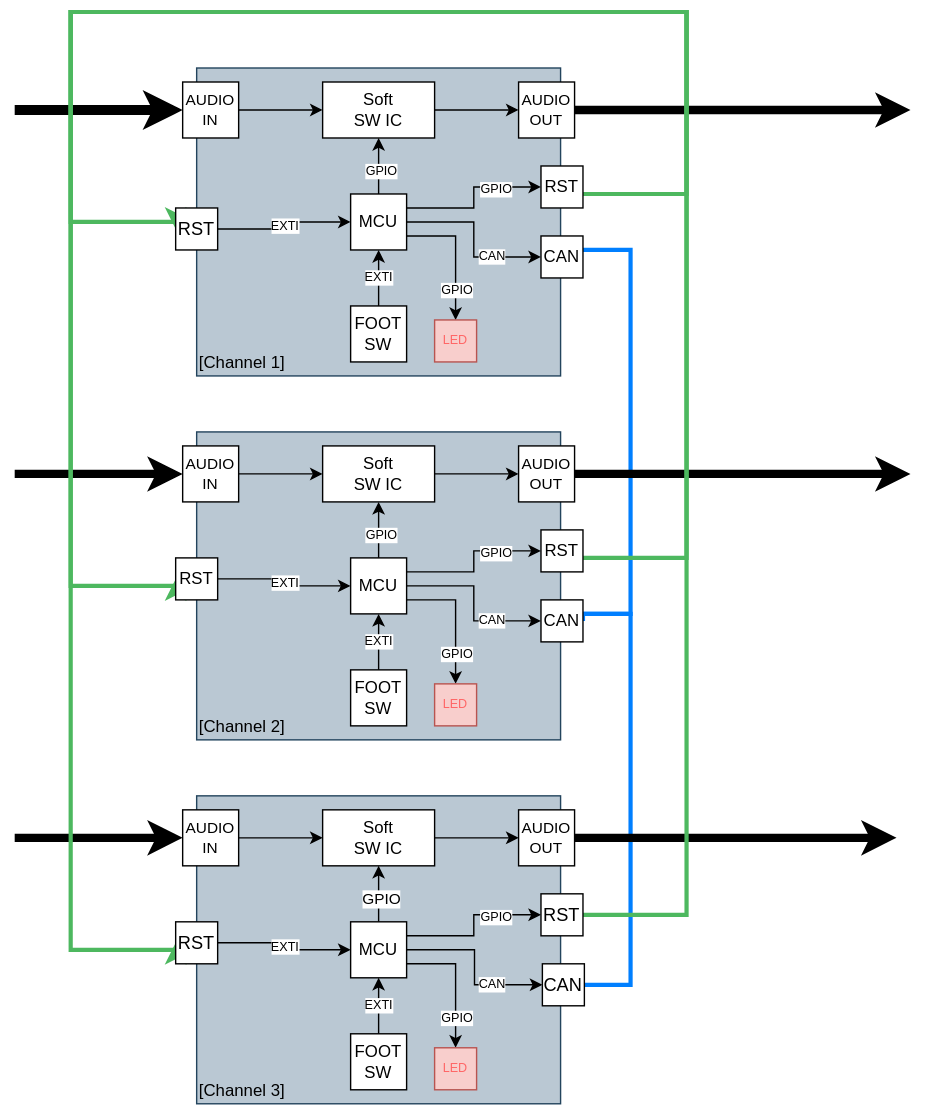
Before: design/Overview.drawio.svg, a diagram exported from draw.io (cracked-machine/4WayPedalMux). Source tidied: cells renumbered, new cells last; positions are measured from the earlier drawing's top-left corner, leaving out a move shared by most shapes.
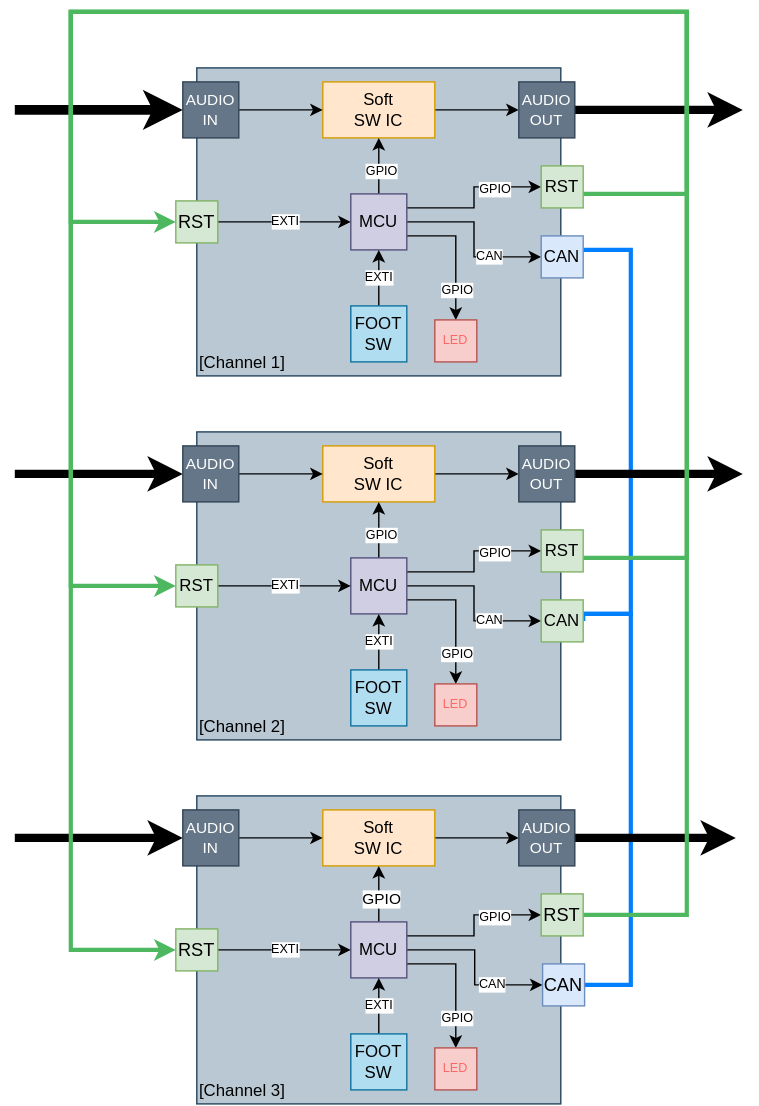
After the commit.

Change to the diagram source:
```diff
@@ -8,7 +8,7 @@
     <mxCell id="3" style="edgeStyle=orthogonalEdgeStyle;rounded=0;jettySize=auto;html=1;" parent="1" edge="1" source="4" target="20">
       <mxGeometry relative="1" as="geometry" />
     </mxCell>
-    <mxCell id="4" value="&lt;div&gt;Soft&lt;/div&gt;&lt;div&gt;SW IC&lt;br&gt;&lt;/div&gt;" style="rounded=0;whiteSpace=wrap;html=1;" parent="1" vertex="1">
+    <mxCell id="4" value="&lt;div&gt;Soft&lt;/div&gt;&lt;div&gt;SW IC&lt;br&gt;&lt;/div&gt;" style="rounded=0;whiteSpace=wrap;html=1;fillColor=#ffe6cc;strokeColor=#d79b00;" parent="1" vertex="1">
       <mxGeometry x="220" y="50" width="80" height="40" as="geometry" />
     </mxCell>
     <mxCell id="5" style="edgeStyle=orthogonalEdgeStyle;rounded=0;jettySize=auto;html=1;" parent="1" edge="1" source="13" target="4">
@@ -37,13 +37,13 @@
     <mxCell id="12" value="CAN" style="edgeLabel;html=1;align=center;verticalAlign=middle;fontSize=9;" parent="11" vertex="1">
       <mxGeometry x="0.39" y="1" relative="1" as="geometry" />
     </mxCell>
-    <mxCell id="13" value="MCU" style="whiteSpace=wrap;html=1;" parent="1" vertex="1">
+    <mxCell id="13" value="MCU" style="whiteSpace=wrap;html=1;fillColor=#d0cee2;strokeColor=#56517e;" parent="1" vertex="1">
       <mxGeometry x="240" y="130" width="40" height="40" as="geometry" />
     </mxCell>
     <mxCell id="14" value="EXTI" style="edgeStyle=orthogonalEdgeStyle;rounded=0;jettySize=auto;html=1;fontSize=9;" parent="1" edge="1" source="15" target="13">
       <mxGeometry relative="1" as="geometry" />
     </mxCell>
-    <mxCell id="15" value="&lt;div&gt;FOOT&lt;/div&gt;&lt;div&gt;SW&lt;br&gt;&lt;/div&gt;" style="rounded=0;whiteSpace=wrap;html=1;" parent="1" vertex="1">
+    <mxCell id="15" value="&lt;div&gt;FOOT&lt;/div&gt;&lt;div&gt;SW&lt;br&gt;&lt;/div&gt;" style="rounded=0;whiteSpace=wrap;html=1;fillColor=#b1ddf0;strokeColor=#10739e;" parent="1" vertex="1">
       <mxGeometry x="240" y="210" width="40" height="40" as="geometry" />
     </mxCell>
     <mxCell id="16" style="edgeStyle=orthogonalEdgeStyle;rounded=0;jettySize=auto;html=1;entryX=0;entryY=0.5;entryDx=0;entryDy=0;" parent="1" edge="1" source="18" target="4">
@@ -54,21 +54,21 @@
         <mxPoint y="70" as="targetPoint" />
       </mxGeometry>
     </mxCell>
-    <mxCell id="18" value="&lt;div style=&quot;font-size: 11px;&quot;&gt;AUDIO&lt;/div&gt;&lt;div style=&quot;font-size: 11px;&quot;&gt;IN&lt;br style=&quot;font-size: 11px;&quot;&gt;&lt;/div&gt;" style="rounded=0;whiteSpace=wrap;html=1;fontSize=11;" parent="1" vertex="1">
+    <mxCell id="18" value="&lt;div style=&quot;font-size: 11px;&quot;&gt;AUDIO&lt;/div&gt;&lt;div style=&quot;font-size: 11px;&quot;&gt;IN&lt;br style=&quot;font-size: 11px;&quot;&gt;&lt;/div&gt;" style="rounded=0;whiteSpace=wrap;html=1;fontSize=11;fillColor=#647687;fontColor=#ffffff;strokeColor=#314354;" parent="1" vertex="1">
       <mxGeometry x="120" y="50" width="40" height="40" as="geometry" />
     </mxCell>
     <mxCell id="19" style="edgeStyle=orthogonalEdgeStyle;rounded=0;jettySize=auto;html=1;strokeWidth=6;" parent="1" edge="1" source="20">
       <mxGeometry relative="1" as="geometry">
-        <mxPoint x="640" y="70" as="targetPoint" />
+        <mxPoint x="520" y="70" as="targetPoint" />
       </mxGeometry>
     </mxCell>
-    <mxCell id="20" value="&lt;div style=&quot;font-size: 11px;&quot;&gt;AUDIO&lt;/div&gt;&lt;div style=&quot;font-size: 11px;&quot;&gt;OUT&lt;br style=&quot;font-size: 11px;&quot;&gt;&lt;/div&gt;" style="rounded=0;whiteSpace=wrap;html=1;fontSize=11;" parent="1" vertex="1">
+    <mxCell id="20" value="&lt;div style=&quot;font-size: 11px;&quot;&gt;AUDIO&lt;/div&gt;&lt;div style=&quot;font-size: 11px;&quot;&gt;OUT&lt;br style=&quot;font-size: 11px;&quot;&gt;&lt;/div&gt;" style="rounded=0;whiteSpace=wrap;html=1;fontSize=11;fillColor=#647687;fontColor=#ffffff;strokeColor=#314354;" parent="1" vertex="1">
       <mxGeometry x="360" y="50" width="40" height="40" as="geometry" />
     </mxCell>
     <mxCell id="21" value="LED" style="whiteSpace=wrap;html=1;fontSize=9;fillColor=#f8cecc;strokeColor=#b85450;fontColor=#FF6666;" parent="1" vertex="1">
       <mxGeometry x="300" y="220" width="30" height="30" as="geometry" />
     </mxCell>
-    <mxCell id="22" style="edgeStyle=orthogonalEdgeStyle;rounded=0;jettySize=auto;html=1;entryX=0;entryY=0.5;entryDx=0;entryDy=0;fillColor=#f8cecc;strokeColor=#4DB85F;strokeWidth=3;" parent="1" edge="1" source="23" target="27">
+    <mxCell id="22" style="edgeStyle=orthogonalEdgeStyle;rounded=0;jettySize=auto;html=1;fillColor=#f8cecc;strokeColor=#4DB85F;strokeWidth=3;entryX=0;entryY=0.5;entryDx=0;entryDy=0;" parent="1" edge="1" source="23" target="27">
       <mxGeometry relative="1" as="geometry">
         <Array as="points">
           <mxPoint x="480" y="130" />
@@ -78,7 +78,7 @@
         </Array>
       </mxGeometry>
     </mxCell>
-    <mxCell id="23" value="&lt;font style=&quot;font-size: 12px;&quot;&gt;RST&lt;/font&gt;" style="rounded=0;whiteSpace=wrap;html=1;fontSize=12;" parent="1" vertex="1">
+    <mxCell id="23" value="&lt;font style=&quot;font-size: 12px;&quot;&gt;RST&lt;/font&gt;" style="rounded=0;whiteSpace=wrap;html=1;fontSize=12;fillColor=#d5e8d4;strokeColor=#82b366;" parent="1" vertex="1">
       <mxGeometry x="376" y="110" width="30" height="30" as="geometry" />
     </mxCell>
     <mxCell id="24" style="edgeStyle=orthogonalEdgeStyle;rounded=0;jettySize=auto;html=1;entryX=1;entryY=0.5;entryDx=0;entryDy=0;endArrow=none;endFill=0;strokeColor=#007FFF;strokeWidth=3;" parent="1" edge="1" source="25" target="51">
@@ -89,14 +89,14 @@
         </Array>
       </mxGeometry>
     </mxCell>
-    <mxCell id="25" value="CAN" style="rounded=0;whiteSpace=wrap;html=1;fontSize=12;" parent="1" vertex="1">
+    <mxCell id="25" value="CAN" style="rounded=0;whiteSpace=wrap;html=1;fontSize=12;fillColor=#dae8fc;strokeColor=#6c8ebf;" parent="1" vertex="1">
       <mxGeometry x="376" y="160" width="30" height="30" as="geometry" />
     </mxCell>
     <mxCell id="26" value="EXTI" style="edgeStyle=orthogonalEdgeStyle;rounded=0;jettySize=auto;html=1;entryX=0;entryY=0.5;entryDx=0;entryDy=0;fontSize=9;" parent="1" edge="1" source="27" target="13">
       <mxGeometry x="0.01" relative="1" as="geometry" />
     </mxCell>
-    <mxCell id="27" value="&lt;font style=&quot;font-size: 13px;&quot;&gt;RST&lt;/font&gt;" style="rounded=0;whiteSpace=wrap;html=1;fontSize=13;" parent="1" vertex="1">
-      <mxGeometry x="115" y="140" width="30" height="30" as="geometry" />
+    <mxCell id="27" value="&lt;font style=&quot;font-size: 13px;&quot;&gt;RST&lt;/font&gt;" style="rounded=0;whiteSpace=wrap;html=1;fontSize=13;fillColor=#d5e8d4;strokeColor=#82b366;" parent="1" vertex="1">
+      <mxGeometry x="115" y="135" width="30" height="30" as="geometry" />
     </mxCell>
     <mxCell id="28" value="&lt;div&gt;&lt;br&gt;&lt;/div&gt;&lt;div&gt;&lt;br&gt;&lt;/div&gt;&lt;div&gt;&lt;br&gt;&lt;/div&gt;&lt;div&gt;&lt;br&gt;&lt;/div&gt;&lt;div&gt;&lt;br&gt;&lt;/div&gt;&lt;div&gt;&lt;br&gt;&lt;/div&gt;&lt;div&gt;&lt;br&gt;&lt;/div&gt;&lt;div&gt;&lt;br&gt;&lt;/div&gt;&lt;div&gt;&lt;br&gt;&lt;/div&gt;&lt;div&gt;&lt;br&gt;&lt;/div&gt;&lt;div&gt;&lt;br&gt;&lt;/div&gt;&lt;div&gt;&lt;br&gt;&lt;/div&gt;&lt;div align=&quot;left&quot;&gt;&lt;br&gt;&lt;/div&gt;&lt;div align=&quot;left&quot;&gt;&lt;br&gt;&lt;/div&gt;&lt;div align=&quot;left&quot;&gt;[Channel 2]&lt;br&gt;&lt;/div&gt;" style="rounded=0;whiteSpace=wrap;html=1;align=left;fillColor=#bac8d3;strokeColor=#23445d;" parent="1" vertex="1">
       <mxGeometry x="130" y="300" width="260" height="220" as="geometry" />
@@ -104,7 +104,7 @@
     <mxCell id="29" style="edgeStyle=orthogonalEdgeStyle;rounded=0;jettySize=auto;html=1;" parent="1" edge="1" source="30" target="46">
       <mxGeometry relative="1" as="geometry" />
     </mxCell>
-    <mxCell id="30" value="&lt;div&gt;Soft&lt;/div&gt;&lt;div&gt;SW IC&lt;br&gt;&lt;/div&gt;" style="rounded=0;whiteSpace=wrap;html=1;" parent="1" vertex="1">
+    <mxCell id="30" value="&lt;div&gt;Soft&lt;/div&gt;&lt;div&gt;SW IC&lt;br&gt;&lt;/div&gt;" style="rounded=0;whiteSpace=wrap;html=1;fillColor=#ffe6cc;strokeColor=#d79b00;" parent="1" vertex="1">
       <mxGeometry x="220" y="310" width="80" height="40" as="geometry" />
     </mxCell>
     <mxCell id="31" style="edgeStyle=orthogonalEdgeStyle;rounded=0;jettySize=auto;html=1;" parent="1" edge="1" source="39" target="30">
@@ -133,13 +133,13 @@
     <mxCell id="38" value="CAN" style="edgeLabel;html=1;align=center;verticalAlign=middle;fontSize=9;" parent="37" vertex="1">
       <mxGeometry x="0.39" y="1" relative="1" as="geometry" />
     </mxCell>
-    <mxCell id="39" value="MCU" style="whiteSpace=wrap;html=1;" parent="1" vertex="1">
+    <mxCell id="39" value="MCU" style="whiteSpace=wrap;html=1;fillColor=#d0cee2;strokeColor=#56517e;" parent="1" vertex="1">
       <mxGeometry x="240" y="390" width="40" height="40" as="geometry" />
     </mxCell>
     <mxCell id="40" value="EXTI" style="edgeStyle=orthogonalEdgeStyle;rounded=0;jettySize=auto;html=1;fontSize=9;" parent="1" edge="1" source="41" target="39">
       <mxGeometry relative="1" as="geometry" />
     </mxCell>
-    <mxCell id="41" value="&lt;div&gt;FOOT&lt;/div&gt;&lt;div&gt;SW&lt;br&gt;&lt;/div&gt;" style="rounded=0;whiteSpace=wrap;html=1;" parent="1" vertex="1">
+    <mxCell id="41" value="&lt;div&gt;FOOT&lt;/div&gt;&lt;div&gt;SW&lt;br&gt;&lt;/div&gt;" style="rounded=0;whiteSpace=wrap;html=1;fillColor=#b1ddf0;strokeColor=#10739e;" parent="1" vertex="1">
       <mxGeometry x="240" y="470" width="40" height="40" as="geometry" />
     </mxCell>
     <mxCell id="42" style="edgeStyle=orthogonalEdgeStyle;rounded=0;jettySize=auto;html=1;entryX=0;entryY=0.5;entryDx=0;entryDy=0;" parent="1" edge="1" source="44" target="30">
@@ -150,15 +150,15 @@
         <mxPoint y="330" as="targetPoint" />
       </mxGeometry>
     </mxCell>
-    <mxCell id="44" value="&lt;div style=&quot;font-size: 11px;&quot;&gt;AUDIO&lt;/div&gt;&lt;div style=&quot;font-size: 11px;&quot;&gt;IN&lt;br style=&quot;font-size: 11px;&quot;&gt;&lt;/div&gt;" style="rounded=0;whiteSpace=wrap;html=1;fontSize=11;" parent="1" vertex="1">
+    <mxCell id="44" value="&lt;div style=&quot;font-size: 11px;&quot;&gt;AUDIO&lt;/div&gt;&lt;div style=&quot;font-size: 11px;&quot;&gt;IN&lt;br style=&quot;font-size: 11px;&quot;&gt;&lt;/div&gt;" style="rounded=0;whiteSpace=wrap;html=1;fontSize=11;fillColor=#647687;fontColor=#ffffff;strokeColor=#314354;" parent="1" vertex="1">
       <mxGeometry x="120" y="310" width="40" height="40" as="geometry" />
     </mxCell>
     <mxCell id="45" style="edgeStyle=orthogonalEdgeStyle;rounded=0;jettySize=auto;html=1;strokeWidth=6;" parent="1" edge="1" source="46">
       <mxGeometry relative="1" as="geometry">
-        <mxPoint x="640" y="330" as="targetPoint" />
+        <mxPoint x="520" y="330" as="targetPoint" />
       </mxGeometry>
     </mxCell>
-    <mxCell id="46" value="&lt;div style=&quot;font-size: 11px;&quot;&gt;AUDIO&lt;/div&gt;&lt;div style=&quot;font-size: 11px;&quot;&gt;OUT&lt;br style=&quot;font-size: 11px;&quot;&gt;&lt;/div&gt;" style="rounded=0;whiteSpace=wrap;html=1;fontSize=11;" parent="1" vertex="1">
+    <mxCell id="46" value="&lt;div style=&quot;font-size: 11px;&quot;&gt;AUDIO&lt;/div&gt;&lt;div style=&quot;font-size: 11px;&quot;&gt;OUT&lt;br style=&quot;font-size: 11px;&quot;&gt;&lt;/div&gt;" style="rounded=0;whiteSpace=wrap;html=1;fontSize=11;fillColor=#647687;fontColor=#ffffff;strokeColor=#314354;" parent="1" vertex="1">
       <mxGeometry x="360" y="310" width="40" height="40" as="geometry" />
     </mxCell>
     <mxCell id="47" value="LED" style="whiteSpace=wrap;html=1;fontSize=9;fillColor=#f8cecc;strokeColor=#b85450;fontColor=#FF6666;" parent="1" vertex="1">
@@ -174,7 +174,7 @@
         </Array>
       </mxGeometry>
     </mxCell>
-    <mxCell id="49" value="&lt;font style=&quot;font-size: 12px;&quot;&gt;RST&lt;/font&gt;" style="rounded=0;whiteSpace=wrap;html=1;fontSize=12;" parent="1" vertex="1">
+    <mxCell id="49" value="&lt;font style=&quot;font-size: 12px;&quot;&gt;RST&lt;/font&gt;" style="rounded=0;whiteSpace=wrap;html=1;fontSize=12;fillColor=#d5e8d4;strokeColor=#82b366;" parent="1" vertex="1">
       <mxGeometry x="376" y="370" width="30" height="30" as="geometry" />
     </mxCell>
     <mxCell id="50" style="edgeStyle=orthogonalEdgeStyle;rounded=0;jettySize=auto;html=1;entryX=1;entryY=0.5;entryDx=0;entryDy=0;endArrow=none;endFill=0;strokeColor=#007FFF;strokeWidth=3;" parent="1" edge="1" source="51" target="76">
@@ -185,14 +185,14 @@
         </Array>
       </mxGeometry>
     </mxCell>
-    <mxCell id="51" value="CAN" style="rounded=0;whiteSpace=wrap;html=1;fontSize=12;" parent="1" vertex="1">
+    <mxCell id="51" value="CAN" style="rounded=0;whiteSpace=wrap;html=1;fontSize=12;fillColor=#d5e8d4;strokeColor=#82b366;" parent="1" vertex="1">
       <mxGeometry x="376" y="420" width="30" height="30" as="geometry" />
     </mxCell>
     <mxCell id="52" value="EXTI" style="edgeStyle=orthogonalEdgeStyle;rounded=0;jettySize=auto;html=1;entryX=0;entryY=0.5;entryDx=0;entryDy=0;fontSize=9;" parent="1" edge="1" source="53" target="39">
       <mxGeometry x="0.01" relative="1" as="geometry" />
     </mxCell>
-    <mxCell id="53" value="&lt;font style=&quot;font-size: 12px;&quot;&gt;RST&lt;/font&gt;" style="rounded=0;whiteSpace=wrap;html=1;fontSize=12;" parent="1" vertex="1">
-      <mxGeometry x="115" y="390" width="30" height="30" as="geometry" />
+    <mxCell id="53" value="&lt;font style=&quot;font-size: 12px;&quot;&gt;RST&lt;/font&gt;" style="rounded=0;whiteSpace=wrap;html=1;fontSize=12;fillColor=#d5e8d4;strokeColor=#82b366;" parent="1" vertex="1">
+      <mxGeometry x="115" y="395" width="30" height="30" as="geometry" />
     </mxCell>
     <mxCell id="54" value="&lt;div&gt;&lt;br&gt;&lt;/div&gt;&lt;div&gt;&lt;br&gt;&lt;/div&gt;&lt;div&gt;&lt;br&gt;&lt;/div&gt;&lt;div&gt;&lt;br&gt;&lt;/div&gt;&lt;div&gt;&lt;br&gt;&lt;/div&gt;&lt;div&gt;&lt;br&gt;&lt;/div&gt;&lt;div&gt;&lt;br&gt;&lt;/div&gt;&lt;div&gt;&lt;br&gt;&lt;/div&gt;&lt;div&gt;&lt;br&gt;&lt;/div&gt;&lt;div&gt;&lt;br&gt;&lt;/div&gt;&lt;div&gt;&lt;br&gt;&lt;/div&gt;&lt;div&gt;&lt;br&gt;&lt;/div&gt;&lt;div align=&quot;left&quot;&gt;&lt;br&gt;&lt;/div&gt;&lt;div align=&quot;left&quot;&gt;&lt;br&gt;&lt;/div&gt;&lt;div align=&quot;left&quot;&gt;[Channel 3]&lt;br&gt;&lt;/div&gt;" style="rounded=0;whiteSpace=wrap;html=1;align=left;fillColor=#bac8d3;strokeColor=#23445d;" parent="1" vertex="1">
       <mxGeometry x="130" y="560" width="260" height="220" as="geometry" />
@@ -200,7 +200,7 @@
     <mxCell id="55" style="edgeStyle=orthogonalEdgeStyle;rounded=0;jettySize=auto;html=1;" parent="1" edge="1" source="56" target="72">
       <mxGeometry relative="1" as="geometry" />
     </mxCell>
-    <mxCell id="56" value="&lt;div&gt;Soft&lt;/div&gt;&lt;div&gt;SW IC&lt;br&gt;&lt;/div&gt;" style="rounded=0;whiteSpace=wrap;html=1;" parent="1" vertex="1">
+    <mxCell id="56" value="&lt;div&gt;Soft&lt;/div&gt;&lt;div&gt;SW IC&lt;br&gt;&lt;/div&gt;" style="rounded=0;whiteSpace=wrap;html=1;fillColor=#ffe6cc;strokeColor=#d79b00;" parent="1" vertex="1">
       <mxGeometry x="220" y="570" width="80" height="40" as="geometry" />
     </mxCell>
     <mxCell id="57" style="edgeStyle=orthogonalEdgeStyle;rounded=0;jettySize=auto;html=1;" parent="1" edge="1" source="65" target="56">
@@ -229,13 +229,13 @@
     <mxCell id="64" value="CAN" style="edgeLabel;html=1;align=center;verticalAlign=middle;fontSize=9;" parent="63" vertex="1">
       <mxGeometry x="0.39" y="1" relative="1" as="geometry" />
     </mxCell>
-    <mxCell id="65" value="MCU" style="whiteSpace=wrap;html=1;" parent="1" vertex="1">
+    <mxCell id="65" value="MCU" style="whiteSpace=wrap;html=1;fillColor=#d0cee2;strokeColor=#56517e;" parent="1" vertex="1">
       <mxGeometry x="240" y="650" width="40" height="40" as="geometry" />
     </mxCell>
     <mxCell id="66" value="EXTI" style="edgeStyle=orthogonalEdgeStyle;rounded=0;jettySize=auto;html=1;fontSize=9;" parent="1" edge="1" source="67" target="65">
       <mxGeometry relative="1" as="geometry" />
     </mxCell>
-    <mxCell id="67" value="&lt;div&gt;FOOT&lt;/div&gt;&lt;div&gt;SW&lt;br&gt;&lt;/div&gt;" style="rounded=0;whiteSpace=wrap;html=1;" parent="1" vertex="1">
+    <mxCell id="67" value="&lt;div&gt;FOOT&lt;/div&gt;&lt;div&gt;SW&lt;br&gt;&lt;/div&gt;" style="rounded=0;whiteSpace=wrap;html=1;fillColor=#b1ddf0;strokeColor=#10739e;" parent="1" vertex="1">
       <mxGeometry x="240" y="730" width="40" height="40" as="geometry" />
     </mxCell>
     <mxCell id="68" style="edgeStyle=orthogonalEdgeStyle;rounded=0;jettySize=auto;html=1;entryX=0;entryY=0.5;entryDx=0;entryDy=0;" parent="1" edge="1" source="70" target="56">
@@ -246,15 +246,15 @@
         <mxPoint y="590" as="targetPoint" />
       </mxGeometry>
     </mxCell>
-    <mxCell id="70" value="&lt;div style=&quot;font-size: 11px;&quot;&gt;AUDIO&lt;/div&gt;&lt;div style=&quot;font-size: 11px;&quot;&gt;IN&lt;br style=&quot;font-size: 11px;&quot;&gt;&lt;/div&gt;" style="rounded=0;whiteSpace=wrap;html=1;fontSize=11;" parent="1" vertex="1">
+    <mxCell id="70" value="&lt;div style=&quot;font-size: 11px;&quot;&gt;AUDIO&lt;/div&gt;&lt;div style=&quot;font-size: 11px;&quot;&gt;IN&lt;br style=&quot;font-size: 11px;&quot;&gt;&lt;/div&gt;" style="rounded=0;whiteSpace=wrap;html=1;fontSize=11;fillColor=#647687;fontColor=#ffffff;strokeColor=#314354;" parent="1" vertex="1">
       <mxGeometry x="120" y="570" width="40" height="40" as="geometry" />
     </mxCell>
     <mxCell id="71" style="edgeStyle=orthogonalEdgeStyle;rounded=0;jettySize=auto;html=1;strokeWidth=6;" parent="1" edge="1" source="72">
       <mxGeometry relative="1" as="geometry">
-        <mxPoint x="630" y="590" as="targetPoint" />
+        <mxPoint x="515" y="590" as="targetPoint" />
       </mxGeometry>
     </mxCell>
-    <mxCell id="72" value="&lt;div style=&quot;font-size: 11px;&quot;&gt;AUDIO&lt;/div&gt;&lt;div style=&quot;font-size: 11px;&quot;&gt;OUT&lt;br style=&quot;font-size: 11px;&quot;&gt;&lt;/div&gt;" style="rounded=0;whiteSpace=wrap;html=1;fontSize=11;" parent="1" vertex="1">
+    <mxCell id="72" value="&lt;div style=&quot;font-size: 11px;&quot;&gt;AUDIO&lt;/div&gt;&lt;div style=&quot;font-size: 11px;&quot;&gt;OUT&lt;br style=&quot;font-size: 11px;&quot;&gt;&lt;/div&gt;" style="rounded=0;whiteSpace=wrap;html=1;fontSize=11;fillColor=#647687;fontColor=#ffffff;strokeColor=#314354;" parent="1" vertex="1">
       <mxGeometry x="360" y="570" width="40" height="40" as="geometry" />
     </mxCell>
     <mxCell id="73" value="LED" style="whiteSpace=wrap;html=1;fontSize=9;fillColor=#f8cecc;strokeColor=#b85450;fontColor=#FF6666;" parent="1" vertex="1">
@@ -270,17 +270,17 @@
         </Array>
       </mxGeometry>
     </mxCell>
-    <mxCell id="75" value="&lt;font style=&quot;font-size: 13px;&quot;&gt;RST&lt;/font&gt;" style="rounded=0;whiteSpace=wrap;html=1;fontSize=13;" parent="1" vertex="1">
+    <mxCell id="75" value="&lt;font style=&quot;font-size: 13px;&quot;&gt;RST&lt;/font&gt;" style="rounded=0;whiteSpace=wrap;html=1;fontSize=13;fillColor=#d5e8d4;strokeColor=#82b366;" parent="1" vertex="1">
       <mxGeometry x="376" y="630" width="30" height="30" as="geometry" />
     </mxCell>
-    <mxCell id="76" value="CAN" style="rounded=0;whiteSpace=wrap;html=1;fontSize=13;" parent="1" vertex="1">
+    <mxCell id="76" value="CAN" style="rounded=0;whiteSpace=wrap;html=1;fontSize=13;fillColor=#dae8fc;strokeColor=#6c8ebf;" parent="1" vertex="1">
       <mxGeometry x="377" y="680" width="30" height="30" as="geometry" />
     </mxCell>
     <mxCell id="77" value="EXTI" style="edgeStyle=orthogonalEdgeStyle;rounded=0;jettySize=auto;html=1;entryX=0;entryY=0.5;entryDx=0;entryDy=0;fontSize=9;" parent="1" edge="1" source="78" target="65">
       <mxGeometry x="0.01" relative="1" as="geometry" />
     </mxCell>
-    <mxCell id="78" value="&lt;font style=&quot;font-size: 13px;&quot;&gt;RST&lt;/font&gt;" style="rounded=0;whiteSpace=wrap;html=1;fontSize=13;" parent="1" vertex="1">
-      <mxGeometry x="115" y="650" width="30" height="30" as="geometry" />
+    <mxCell id="78" value="&lt;font style=&quot;font-size: 13px;&quot;&gt;RST&lt;/font&gt;" style="rounded=0;whiteSpace=wrap;html=1;fontSize=13;fillColor=#d5e8d4;strokeColor=#82b366;" parent="1" vertex="1">
+      <mxGeometry x="115" y="655" width="30" height="30" as="geometry" />
     </mxCell>
   </root>
 </mxGraphModel>
```
